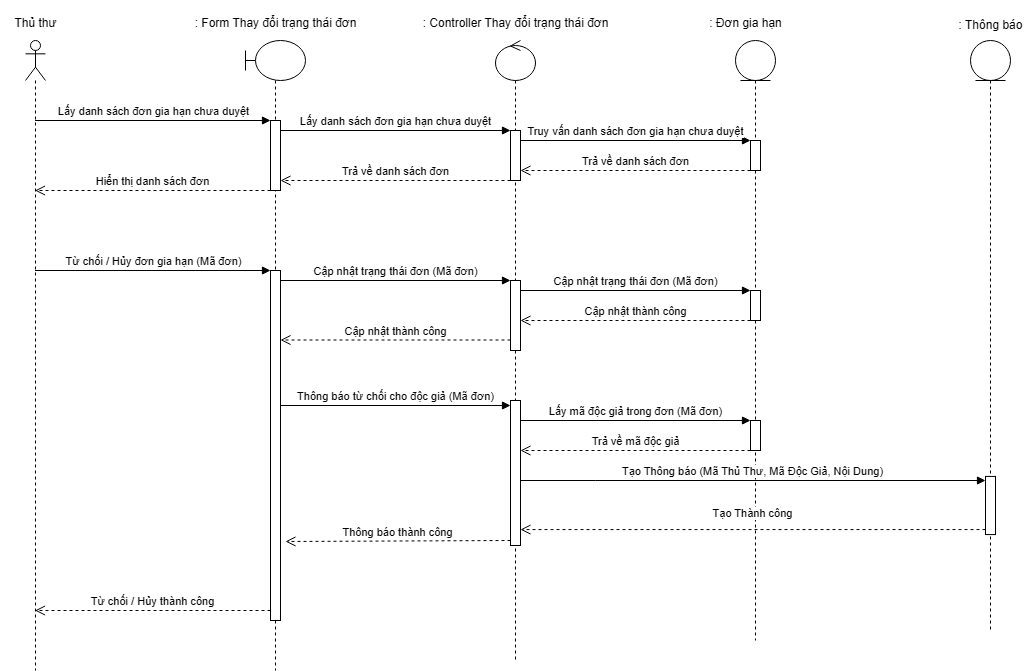
Earlier version of the draw.io export Sequence Diagram/UC Gia hạn sách/Actor thủ thư - Từ chối, Hủy đơn gia hạn.drawio.png (kimcuongdev/LibrarySystemAD). Source tidied: cells renumbered, new cells last; positions are measured from the earlier drawing's top-left corner, leaving out a move shared by most shapes.
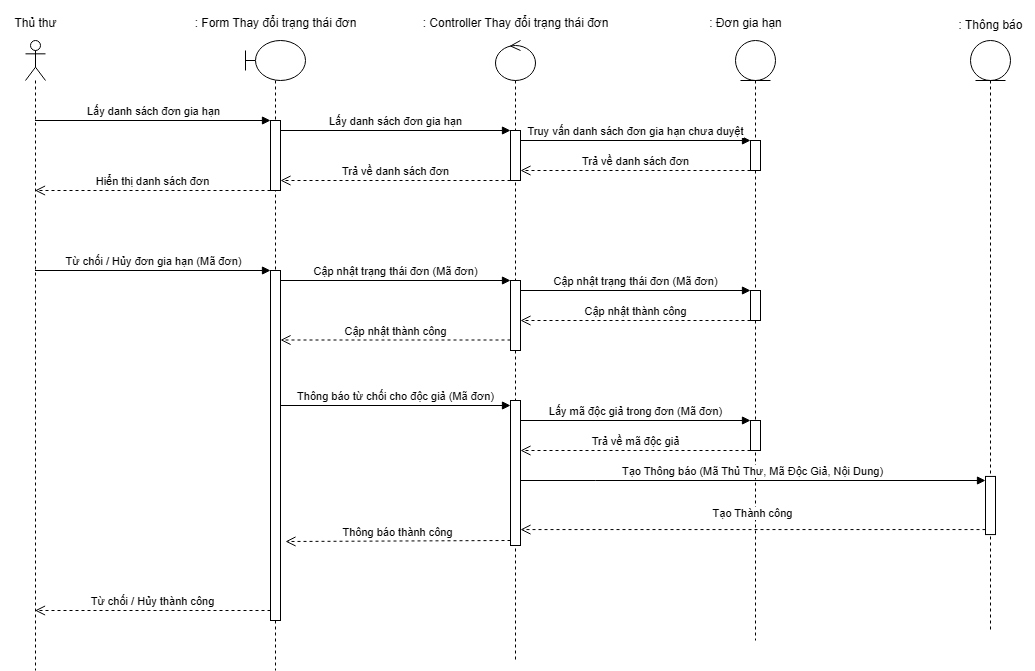
After the commit.

The edit, as a diff of the source:
```diff
@@ -50,7 +50,7 @@
         <mxPoint x="-215" y="410" as="targetPoint" />
       </mxGeometry>
     </mxCell>
-    <mxCell id="16" value="Lấy danh sách đơn gia hạn chưa duyệt" style="html=1;verticalAlign=bottom;endArrow=block;curved=0;rounded=0;entryX=0;entryY=0;entryDx=0;entryDy=5;" parent="1" edge="1">
+    <mxCell id="16" value="Lấy danh sách đơn gia hạn" style="html=1;verticalAlign=bottom;endArrow=block;curved=0;rounded=0;entryX=0;entryY=0;entryDx=0;entryDy=5;" parent="1" edge="1">
       <mxGeometry relative="1" as="geometry">
         <mxPoint x="34.5" y="120" as="sourcePoint" />
         <mxPoint x="270" y="120" as="targetPoint" />
@@ -62,7 +62,7 @@
         <mxPoint x="34.5" y="190" as="targetPoint" />
       </mxGeometry>
     </mxCell>
-    <mxCell id="18" value="Lấy danh sách đơn gia hạn chưa duyệt" style="html=1;verticalAlign=bottom;endArrow=block;curved=0;rounded=0;entryX=0;entryY=0;entryDx=0;entryDy=5;" parent="1" edge="1">
+    <mxCell id="18" value="Lấy danh sách đơn gia hạn" style="html=1;verticalAlign=bottom;endArrow=block;curved=0;rounded=0;entryX=0;entryY=0;entryDx=0;entryDy=5;" parent="1" edge="1">
       <mxGeometry relative="1" as="geometry">
         <mxPoint x="280" y="130" as="sourcePoint" />
         <mxPoint x="510" y="130" as="targetPoint" />
```
